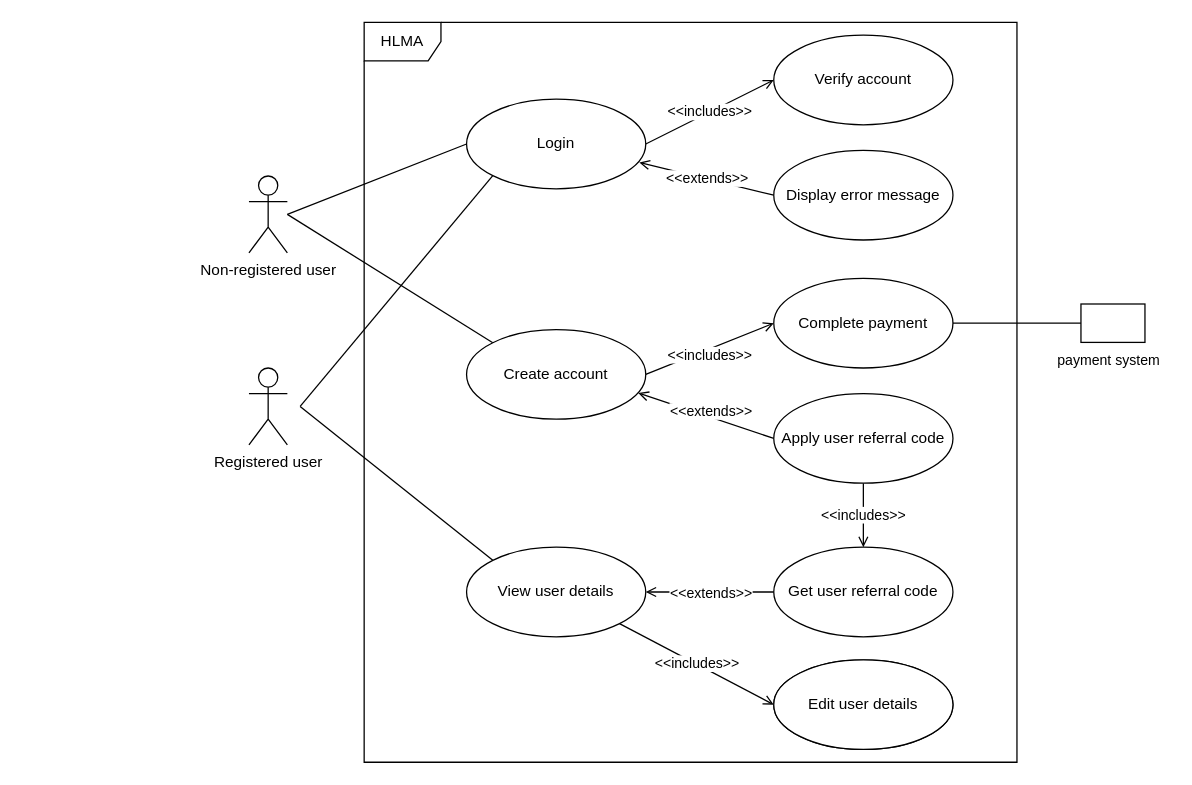
This is UseCaseDiagramNonRegisteredUsers.drawio from ahammond3aws/DC2SEN, a draw.io file, before an edit. Source tidied: cells renumbered, new cells numbered last; positions are measured from the earlier drawing's top-left corner, leaving out a move shared by most shapes. Both pictures are drawn from the tidied source at 128%, with x=0, y=0 at pixel (248, 22).
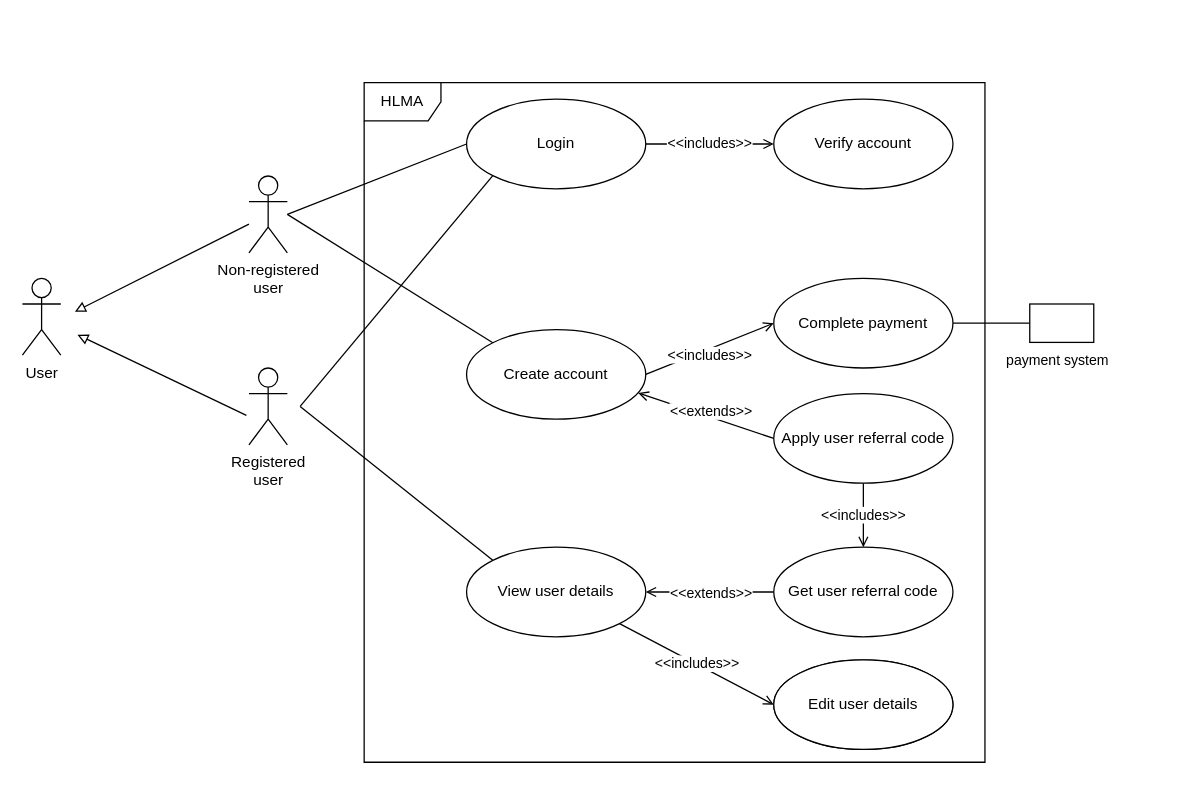
The same page after the edit.

The change refers to these unchanged cells:
```xml
<mxCell id="7" value="Login" style="ellipse;whiteSpace=wrap;html=1;" parent="1" vertex="1">
  <mxGeometry x="170" y="60" width="140" height="70" as="geometry" />
</mxCell>
```

What changed in the source:
```diff
@@
+    <mxCell id="32" style="rounded=0;jettySize=auto;html=1;endArrow=block;endFill=0;" parent="1" edge="1" source="4">
+      <mxGeometry relative="1" as="geometry">
+        <mxPoint x="-136" y="226" as="targetPoint" />
+      </mxGeometry>
+    </mxCell>
-    <mxCell id="4" value="Non-registered user" style="shape=umlActor;verticalLabelPosition=bottom;verticalAlign=top;html=1;" parent="1" vertex="1">
+    <mxCell id="4" value="Non-registered&lt;br&gt;user" style="shape=umlActor;verticalLabelPosition=bottom;verticalAlign=top;html=1;" parent="1" vertex="1">
       <mxGeometry y="120" width="30" height="60" as="geometry" />
     </mxCell>
     <mxCell id="5" value="HLMA" style="shape=umlFrame;whiteSpace=wrap;html=1;" parent="1" vertex="1">
-      <mxGeometry x="90" width="510" height="578" as="geometry" />
+      <mxGeometry x="90" y="47" width="485" height="531" as="geometry" />
     </mxCell>
@@
     <mxCell id="11" value="Verify account" style="ellipse;whiteSpace=wrap;html=1;" parent="1" vertex="1">
-      <mxGeometry x="410" y="10" width="140" height="70" as="geometry" />
+      <mxGeometry x="410" y="60" width="140" height="70" as="geometry" />
     </mxCell>
-    <mxCell id="12" value="&amp;lt;&amp;lt;extends&amp;gt;&amp;gt;" style="edgeStyle=none;rounded=0;jettySize=auto;html=1;exitX=0;exitY=0.5;exitDx=0;exitDy=0;entryX=0.964;entryY=0.707;entryDx=0;entryDy=0;entryPerimeter=0;endArrow=open;endFill=0;" parent="1" edge="1" source="13" target="7">
-      <mxGeometry relative="1" as="geometry" />
-    </mxCell>
-    <mxCell id="13" value="Display error message" style="ellipse;whiteSpace=wrap;html=1;" parent="1" vertex="1">
-      <mxGeometry x="410" y="100" width="140" height="70" as="geometry" />
-    </mxCell>
@@
+    <mxCell id="33" style="edgeStyle=none;rounded=0;orthogonalLoop=1;jettySize=auto;html=1;endArrow=block;endFill=0;" parent="1" edge="1">
+      <mxGeometry relative="1" as="geometry">
+        <mxPoint x="-2" y="307" as="sourcePoint" />
+        <mxPoint x="-134" y="244" as="targetPoint" />
+      </mxGeometry>
+    </mxCell>
-    <mxCell id="21" value="Registered user" style="shape=umlActor;verticalLabelPosition=bottom;verticalAlign=top;html=1;" parent="1" vertex="1">
+    <mxCell id="21" value="Registered&lt;br&gt;user" style="shape=umlActor;verticalLabelPosition=bottom;verticalAlign=top;html=1;" parent="1" vertex="1">
       <mxGeometry y="270" width="30" height="60" as="geometry" />
     </mxCell>
@@
+    <mxCell id="30" value="Edit user details" style="ellipse;whiteSpace=wrap;html=1;" parent="1" vertex="1">
+      <mxGeometry x="410" y="498" width="140" height="70" as="geometry" />
+    </mxCell>
+    <mxCell id="31" value="Edit user details" style="ellipse;whiteSpace=wrap;html=1;" parent="1" vertex="1">
+      <mxGeometry x="410" y="498" width="140" height="70" as="geometry" />
+    </mxCell>
+    <mxCell id="34" style="group;" parent="1" vertex="1">
+      <mxGeometry x="590" y="220" width="90" height="60" as="geometry" />
+    </mxCell>
-    <mxCell id="28" style="html=1;" parent="1" vertex="1">
-      <mxGeometry x="650" y="220" width="50" height="30" as="geometry" />
+    <mxCell id="28" style="html=1;" parent="34" vertex="1">
+      <mxGeometry x="20" width="50" height="30" as="geometry" />
     </mxCell>
-    <mxCell id="29" value="&lt;span style=&quot;color: rgb(0, 0, 0); font-family: Helvetica; font-size: 11px; font-style: normal; font-variant-ligatures: normal; font-variant-caps: normal; font-weight: 400; letter-spacing: normal; orphans: 2; text-align: center; text-indent: 0px; text-transform: none; widows: 2; word-spacing: 0px; -webkit-text-stroke-width: 0px; background-color: rgb(255, 255, 255); text-decoration-thickness: initial; text-decoration-style: initial; text-decoration-color: initial; float: none; display: inline !important;&quot;&gt;payment system&lt;/span&gt;" style="text;whiteSpace=wrap;html=1;" parent="1" vertex="1">
-      <mxGeometry x="630" y="250" width="90" height="30" as="geometry" />
+    <mxCell id="29" value="&lt;span style=&quot;color: rgb(0, 0, 0); font-family: Helvetica; font-size: 11px; font-style: normal; font-variant-ligatures: normal; font-variant-caps: normal; font-weight: 400; letter-spacing: normal; orphans: 2; text-align: center; text-indent: 0px; text-transform: none; widows: 2; word-spacing: 0px; -webkit-text-stroke-width: 0px; background-color: rgb(255, 255, 255); text-decoration-thickness: initial; text-decoration-style: initial; text-decoration-color: initial; float: none; display: inline !important;&quot;&gt;payment system&lt;/span&gt;" style="text;whiteSpace=wrap;html=1;" parent="34" vertex="1">
+      <mxGeometry y="30" width="90" height="30" as="geometry" />
     </mxCell>
-    <mxCell id="30" value="Edit user details" style="ellipse;whiteSpace=wrap;html=1;" parent="1" vertex="1">
-      <mxGeometry x="410" y="498" width="140" height="70" as="geometry" />
-    </mxCell>
-    <mxCell id="31" value="Edit user details" style="ellipse;whiteSpace=wrap;html=1;" parent="1" vertex="1">
-      <mxGeometry x="410" y="498" width="140" height="70" as="geometry" />
-    </mxCell>
+    <mxCell id="35" value="User" style="shape=umlActor;verticalLabelPosition=bottom;verticalAlign=top;html=1;" parent="1" vertex="1">
+      <mxGeometry x="-177" y="200" width="30" height="60" as="geometry" />
+    </mxCell>
```
